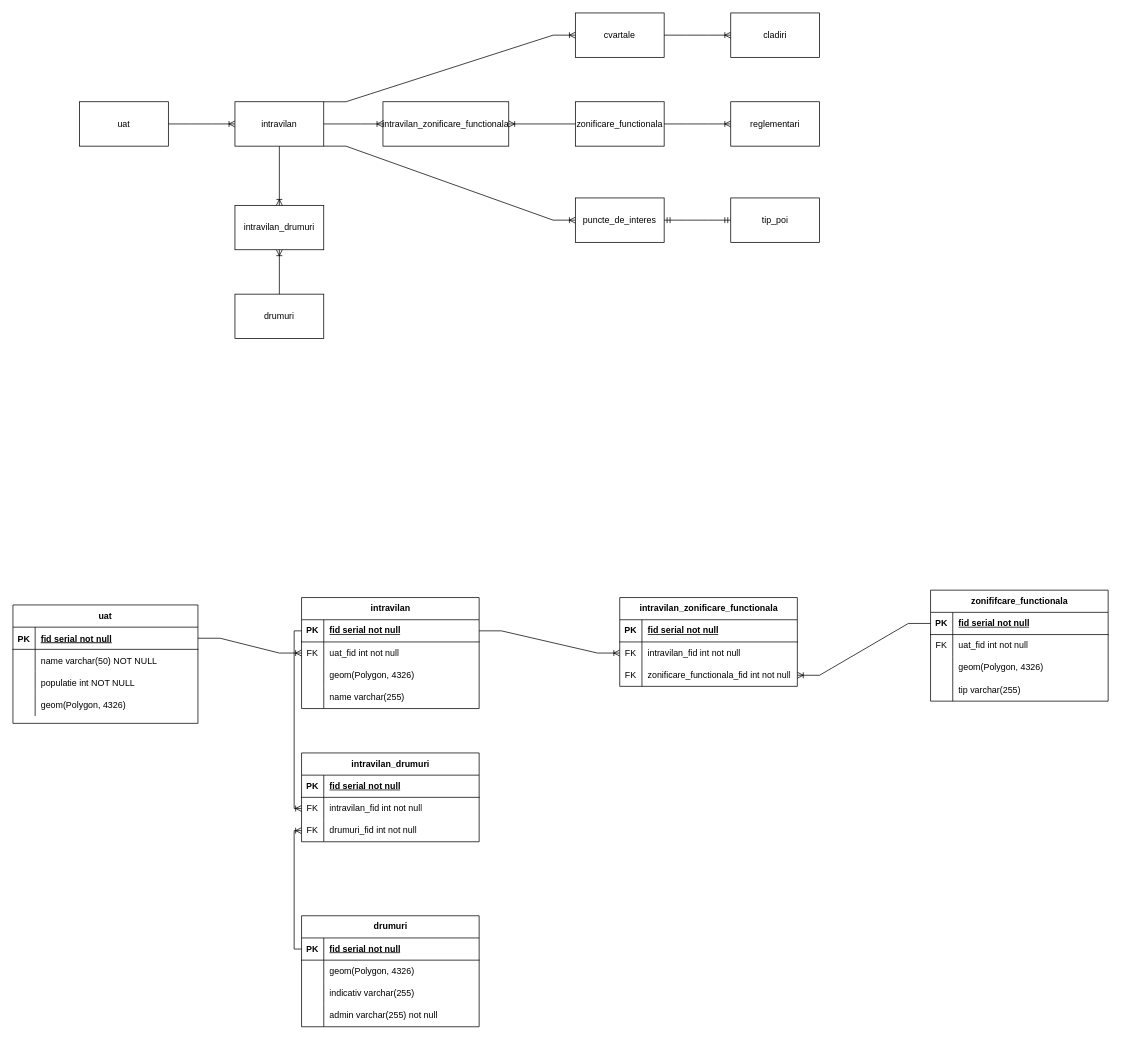
Before: Zonificare funcionala.drawio in vitorjurj/exam_sem2_db, a draw.io diagram. Source tidied: cells renumbered, new cells numbered last; positions are measured from the earlier drawing's top-left corner, leaving out a move shared by most shapes. Both pictures are drawn from the tidied source at 74%, with x=0, y=0 at pixel (13, 13).
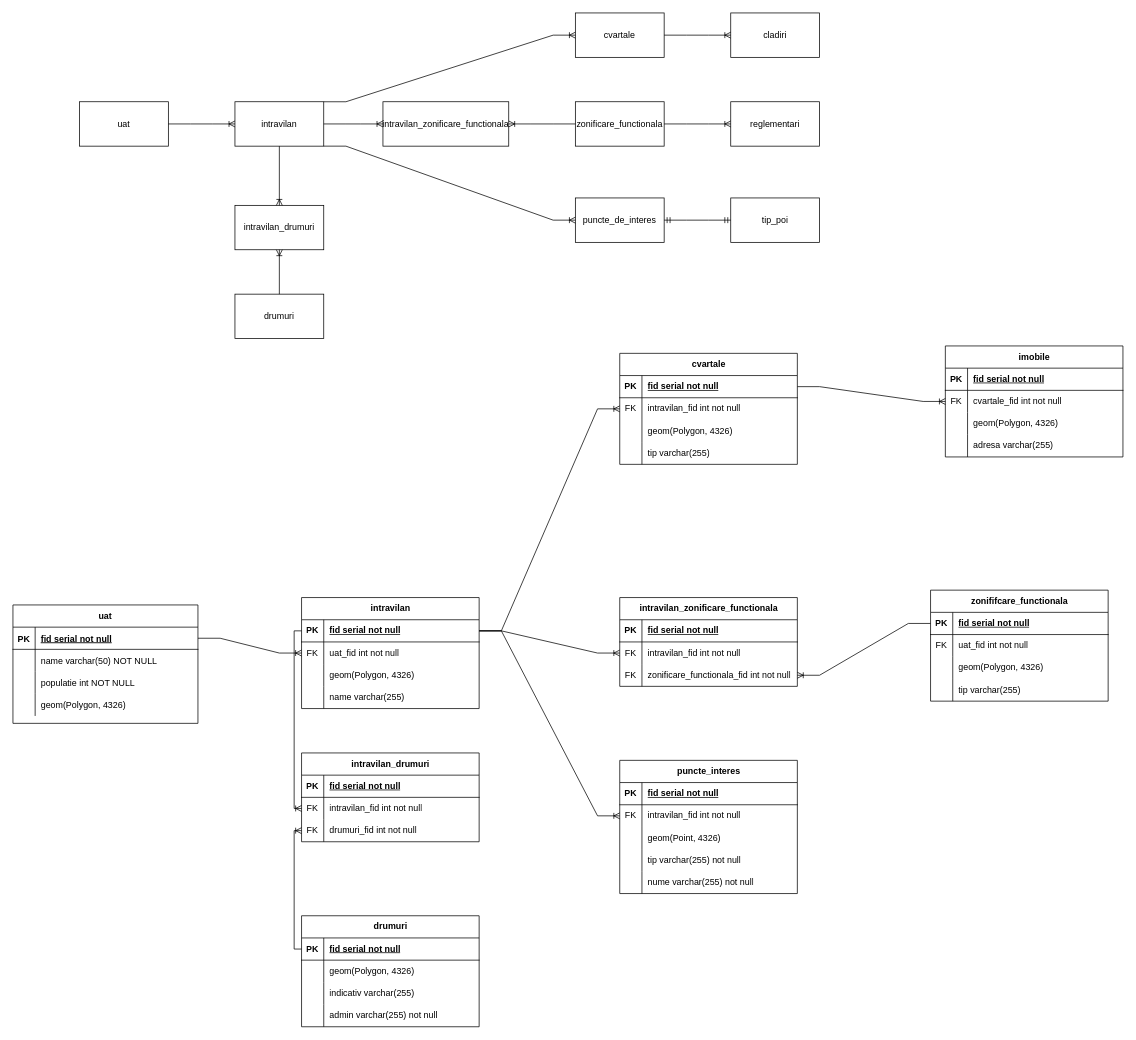
The same page after the edit.

Unchanged cells that the change refers to:
```xml
<mxCell id="37" style="shape=tableRow;horizontal=0;startSize=0;swimlaneHead=0;swimlaneBody=0;fillColor=none;points=[[0,0.5],[1,0.5]];portConstraint=eastwest;top=0;left=0;right=0;bottom=1;" parent="36" vertex="1">
  <mxGeometry y="30" width="240" height="30" as="geometry" />
</mxCell>
```

The edit, as a diff of the source:
```diff
@@
+    <mxCell id="100" value="cvartale" style="shape=table;startSize=30;childLayout=tableLayout;rowLines=0;fontStyle=1;align=center;html=1;" parent="1" vertex="1">
+      <mxGeometry x="820" y="460" width="240" height="150" as="geometry" />
+    </mxCell>
+    <mxCell id="101" style="shape=tableRow;horizontal=0;startSize=0;swimlaneHead=0;swimlaneBody=0;fillColor=none;points=[[0,0.5],[1,0.5]];portConstraint=eastwest;top=0;left=0;right=0;bottom=1;" parent="100" vertex="1">
+      <mxGeometry y="30" width="240" height="30" as="geometry" />
+    </mxCell>
+    <mxCell id="102" value="PK" style="shape=partialRectangle;fillColor=none;top=0;left=0;bottom=0;right=0;fontStyle=1;overflow=hidden;whiteSpace=wrap;html=1;" parent="101" vertex="1">
+      <mxGeometry width="30" height="30" as="geometry" />
+    </mxCell>
+    <mxCell id="103" value="&lt;span style=&quot;text-wrap: nowrap;&quot;&gt;fid serial not null&lt;/span&gt;" style="shape=partialRectangle;fillColor=none;top=0;left=0;bottom=0;right=0;align=left;spacingLeft=6;fontStyle=5;overflow=hidden;whiteSpace=wrap;html=1;" parent="101" vertex="1">
+      <mxGeometry x="30" width="210" height="30" as="geometry" />
+    </mxCell>
+    <mxCell id="104" style="shape=tableRow;horizontal=0;startSize=0;swimlaneHead=0;swimlaneBody=0;fillColor=none;points=[[0,0.5],[1,0.5]];portConstraint=eastwest;top=0;left=0;right=0;bottom=0;" parent="100" vertex="1">
+      <mxGeometry y="60" width="240" height="30" as="geometry" />
+    </mxCell>
+    <mxCell id="105" value="FK" style="shape=partialRectangle;fillColor=none;top=0;left=0;bottom=0;right=0;overflow=hidden;whiteSpace=wrap;html=1;" parent="104" vertex="1">
+      <mxGeometry width="30" height="30" as="geometry" />
+    </mxCell>
+    <mxCell id="106" value="intravilan_fid int not null" style="shape=partialRectangle;fillColor=none;top=0;left=0;bottom=0;right=0;align=left;spacingLeft=6;overflow=hidden;whiteSpace=wrap;html=1;" parent="104" vertex="1">
+      <mxGeometry x="30" width="210" height="30" as="geometry" />
+    </mxCell>
+    <mxCell id="107" style="shape=tableRow;horizontal=0;startSize=0;swimlaneHead=0;swimlaneBody=0;fillColor=none;top=0;left=0;right=0;bottom=0;" parent="100" vertex="1">
+      <mxGeometry y="90" width="240" height="30" as="geometry" />
+    </mxCell>
+    <mxCell id="108" style="shape=partialRectangle;fillColor=none;top=0;left=0;bottom=0;right=0;overflow=hidden;whiteSpace=wrap;html=1;" parent="107" vertex="1">
+      <mxGeometry width="30" height="30" as="geometry" />
+    </mxCell>
+    <mxCell id="109" value="geom(Polygon, 4326)" style="shape=partialRectangle;fillColor=none;top=0;left=0;bottom=0;right=0;align=left;spacingLeft=6;overflow=hidden;whiteSpace=wrap;html=1;" parent="107" vertex="1">
+      <mxGeometry x="30" width="210" height="30" as="geometry" />
+    </mxCell>
+    <mxCell id="110" style="shape=tableRow;horizontal=0;startSize=0;swimlaneHead=0;swimlaneBody=0;fillColor=none;top=0;left=0;right=0;bottom=0;" parent="100" vertex="1">
+      <mxGeometry y="120" width="240" height="30" as="geometry" />
+    </mxCell>
+    <mxCell id="111" style="shape=partialRectangle;fillColor=none;top=0;left=0;bottom=0;right=0;overflow=hidden;whiteSpace=wrap;html=1;" parent="110" vertex="1">
+      <mxGeometry width="30" height="30" as="geometry" />
+    </mxCell>
+    <mxCell id="112" value="tip varchar(255)" style="shape=partialRectangle;fillColor=none;top=0;left=0;bottom=0;right=0;align=left;spacingLeft=6;overflow=hidden;whiteSpace=wrap;html=1;" parent="110" vertex="1">
+      <mxGeometry x="30" width="210" height="30" as="geometry" />
+    </mxCell>
+    <mxCell id="113" style="edgeStyle=entityRelationEdgeStyle;fontSize=12;html=1;endArrow=ERoneToMany;rounded=0;entryX=0;entryY=0.5;entryDx=0;entryDy=0;exitX=1;exitY=0.5;exitDx=0;exitDy=0;" parent="1" edge="1" source="37" target="104">
+      <mxGeometry relative="1" as="geometry" />
+    </mxCell>
+    <mxCell id="114" value="imobile" style="shape=table;startSize=30;childLayout=tableLayout;rowLines=0;fontStyle=1;align=center;html=1;" parent="1" vertex="1">
+      <mxGeometry x="1260" y="450" width="240" height="150" as="geometry" />
+    </mxCell>
+    <mxCell id="115" style="shape=tableRow;horizontal=0;startSize=0;swimlaneHead=0;swimlaneBody=0;fillColor=none;top=0;left=0;right=0;bottom=1;" parent="114" vertex="1">
+      <mxGeometry y="30" width="240" height="30" as="geometry" />
+    </mxCell>
+    <mxCell id="116" value="PK" style="shape=partialRectangle;fillColor=none;top=0;left=0;bottom=0;right=0;fontStyle=1;overflow=hidden;whiteSpace=wrap;html=1;" parent="115" vertex="1">
+      <mxGeometry width="30" height="30" as="geometry" />
+    </mxCell>
+    <mxCell id="117" value="&lt;span style=&quot;text-wrap: nowrap;&quot;&gt;fid serial not null&lt;/span&gt;" style="shape=partialRectangle;fillColor=none;top=0;left=0;bottom=0;right=0;align=left;spacingLeft=6;fontStyle=5;overflow=hidden;whiteSpace=wrap;html=1;" parent="115" vertex="1">
+      <mxGeometry x="30" width="210" height="30" as="geometry" />
+    </mxCell>
+    <mxCell id="118" style="shape=tableRow;horizontal=0;startSize=0;swimlaneHead=0;swimlaneBody=0;fillColor=none;points=[[0,0.5],[1,0.5]];portConstraint=eastwest;top=0;left=0;right=0;bottom=0;" parent="114" vertex="1">
+      <mxGeometry y="60" width="240" height="30" as="geometry" />
+    </mxCell>
+    <mxCell id="119" value="FK" style="shape=partialRectangle;fillColor=none;top=0;left=0;bottom=0;right=0;overflow=hidden;whiteSpace=wrap;html=1;" parent="118" vertex="1">
+      <mxGeometry width="30" height="30" as="geometry" />
+    </mxCell>
+    <mxCell id="120" value="cvartale_fid int not null" style="shape=partialRectangle;fillColor=none;top=0;left=0;bottom=0;right=0;align=left;spacingLeft=6;overflow=hidden;whiteSpace=wrap;html=1;" parent="118" vertex="1">
+      <mxGeometry x="30" width="210" height="30" as="geometry" />
+    </mxCell>
+    <mxCell id="121" style="shape=tableRow;horizontal=0;startSize=0;swimlaneHead=0;swimlaneBody=0;fillColor=none;top=0;left=0;right=0;bottom=0;" parent="114" vertex="1">
+      <mxGeometry y="90" width="240" height="30" as="geometry" />
+    </mxCell>
+    <mxCell id="122" style="shape=partialRectangle;fillColor=none;top=0;left=0;bottom=0;right=0;overflow=hidden;whiteSpace=wrap;html=1;" parent="121" vertex="1">
+      <mxGeometry width="30" height="30" as="geometry" />
+    </mxCell>
+    <mxCell id="123" value="geom(Polygon, 4326)" style="shape=partialRectangle;fillColor=none;top=0;left=0;bottom=0;right=0;align=left;spacingLeft=6;overflow=hidden;whiteSpace=wrap;html=1;" parent="121" vertex="1">
+      <mxGeometry x="30" width="210" height="30" as="geometry" />
+    </mxCell>
+    <mxCell id="124" style="shape=tableRow;horizontal=0;startSize=0;swimlaneHead=0;swimlaneBody=0;fillColor=none;top=0;left=0;right=0;bottom=0;" parent="114" vertex="1">
+      <mxGeometry y="120" width="240" height="30" as="geometry" />
+    </mxCell>
+    <mxCell id="125" style="shape=partialRectangle;fillColor=none;top=0;left=0;bottom=0;right=0;overflow=hidden;whiteSpace=wrap;html=1;" parent="124" vertex="1">
+      <mxGeometry width="30" height="30" as="geometry" />
+    </mxCell>
+    <mxCell id="126" value="adresa varchar(255)" style="shape=partialRectangle;fillColor=none;top=0;left=0;bottom=0;right=0;align=left;spacingLeft=6;overflow=hidden;whiteSpace=wrap;html=1;" parent="124" vertex="1">
+      <mxGeometry x="30" width="210" height="30" as="geometry" />
+    </mxCell>
+    <mxCell id="127" style="edgeStyle=entityRelationEdgeStyle;fontSize=12;html=1;endArrow=ERoneToMany;rounded=0;entryX=0;entryY=0.5;entryDx=0;entryDy=0;exitX=1;exitY=0.5;exitDx=0;exitDy=0;" parent="1" edge="1" source="101" target="118">
+      <mxGeometry relative="1" as="geometry" />
+    </mxCell>
+    <mxCell id="128" value="puncte_interes" style="shape=table;startSize=30;childLayout=tableLayout;rowLines=0;fontStyle=1;align=center;html=1;" parent="1" vertex="1">
+      <mxGeometry x="820" y="1010" width="240" height="180" as="geometry" />
+    </mxCell>
+    <mxCell id="129" style="shape=tableRow;horizontal=0;startSize=0;swimlaneHead=0;swimlaneBody=0;fillColor=none;top=0;left=0;right=0;bottom=1;" parent="128" vertex="1">
+      <mxGeometry y="30" width="240" height="30" as="geometry" />
+    </mxCell>
+    <mxCell id="130" value="PK" style="shape=partialRectangle;fillColor=none;top=0;left=0;bottom=0;right=0;fontStyle=1;overflow=hidden;whiteSpace=wrap;html=1;" parent="129" vertex="1">
+      <mxGeometry width="30" height="30" as="geometry" />
+    </mxCell>
+    <mxCell id="131" value="&lt;span style=&quot;text-wrap: nowrap;&quot;&gt;fid serial not null&lt;/span&gt;" style="shape=partialRectangle;fillColor=none;top=0;left=0;bottom=0;right=0;align=left;spacingLeft=6;fontStyle=5;overflow=hidden;whiteSpace=wrap;html=1;" parent="129" vertex="1">
+      <mxGeometry x="30" width="210" height="30" as="geometry" />
+    </mxCell>
+    <mxCell id="132" style="shape=tableRow;horizontal=0;startSize=0;swimlaneHead=0;swimlaneBody=0;fillColor=none;points=[[0,0.5],[1,0.5]];portConstraint=eastwest;top=0;left=0;right=0;bottom=0;" parent="128" vertex="1">
+      <mxGeometry y="60" width="240" height="30" as="geometry" />
+    </mxCell>
+    <mxCell id="133" value="FK" style="shape=partialRectangle;fillColor=none;top=0;left=0;bottom=0;right=0;overflow=hidden;whiteSpace=wrap;html=1;" parent="132" vertex="1">
+      <mxGeometry width="30" height="30" as="geometry" />
+    </mxCell>
+    <mxCell id="134" value="intravilan_fid int not null" style="shape=partialRectangle;fillColor=none;top=0;left=0;bottom=0;right=0;align=left;spacingLeft=6;overflow=hidden;whiteSpace=wrap;html=1;" parent="132" vertex="1">
+      <mxGeometry x="30" width="210" height="30" as="geometry" />
+    </mxCell>
+    <mxCell id="135" style="shape=tableRow;horizontal=0;startSize=0;swimlaneHead=0;swimlaneBody=0;fillColor=none;top=0;left=0;right=0;bottom=0;" parent="128" vertex="1">
+      <mxGeometry y="90" width="240" height="30" as="geometry" />
+    </mxCell>
+    <mxCell id="136" style="shape=partialRectangle;fillColor=none;top=0;left=0;bottom=0;right=0;overflow=hidden;whiteSpace=wrap;html=1;" parent="135" vertex="1">
+      <mxGeometry width="30" height="30" as="geometry" />
+    </mxCell>
+    <mxCell id="137" value="geom(Point, 4326)" style="shape=partialRectangle;fillColor=none;top=0;left=0;bottom=0;right=0;align=left;spacingLeft=6;overflow=hidden;whiteSpace=wrap;html=1;" parent="135" vertex="1">
+      <mxGeometry x="30" width="210" height="30" as="geometry" />
+    </mxCell>
+    <mxCell id="138" style="shape=tableRow;horizontal=0;startSize=0;swimlaneHead=0;swimlaneBody=0;fillColor=none;top=0;left=0;right=0;bottom=0;" parent="128" vertex="1">
+      <mxGeometry y="120" width="240" height="30" as="geometry" />
+    </mxCell>
+    <mxCell id="139" style="shape=partialRectangle;fillColor=none;top=0;left=0;bottom=0;right=0;overflow=hidden;whiteSpace=wrap;html=1;" parent="138" vertex="1">
+      <mxGeometry width="30" height="30" as="geometry" />
+    </mxCell>
+    <mxCell id="140" value="tip varchar(255) not null" style="shape=partialRectangle;fillColor=none;top=0;left=0;bottom=0;right=0;align=left;spacingLeft=6;overflow=hidden;whiteSpace=wrap;html=1;" parent="138" vertex="1">
+      <mxGeometry x="30" width="210" height="30" as="geometry" />
+    </mxCell>
+    <mxCell id="141" style="shape=tableRow;horizontal=0;startSize=0;swimlaneHead=0;swimlaneBody=0;fillColor=none;top=0;left=0;right=0;bottom=0;" parent="128" vertex="1">
+      <mxGeometry y="150" width="240" height="30" as="geometry" />
+    </mxCell>
+    <mxCell id="142" style="shape=partialRectangle;fillColor=none;top=0;left=0;bottom=0;right=0;overflow=hidden;whiteSpace=wrap;html=1;" parent="141" vertex="1">
+      <mxGeometry width="30" height="30" as="geometry" />
+    </mxCell>
+    <mxCell id="143" value="nume varchar(255) not null" style="shape=partialRectangle;fillColor=none;top=0;left=0;bottom=0;right=0;align=left;spacingLeft=6;overflow=hidden;whiteSpace=wrap;html=1;" parent="141" vertex="1">
+      <mxGeometry x="30" width="210" height="30" as="geometry" />
+    </mxCell>
+    <mxCell id="144" style="edgeStyle=entityRelationEdgeStyle;fontSize=12;html=1;endArrow=ERoneToMany;rounded=0;exitX=1;exitY=0.5;exitDx=0;exitDy=0;entryX=0;entryY=0.5;entryDx=0;entryDy=0;" parent="1" edge="1" source="37" target="132">
+      <mxGeometry relative="1" as="geometry" />
+    </mxCell>
```
